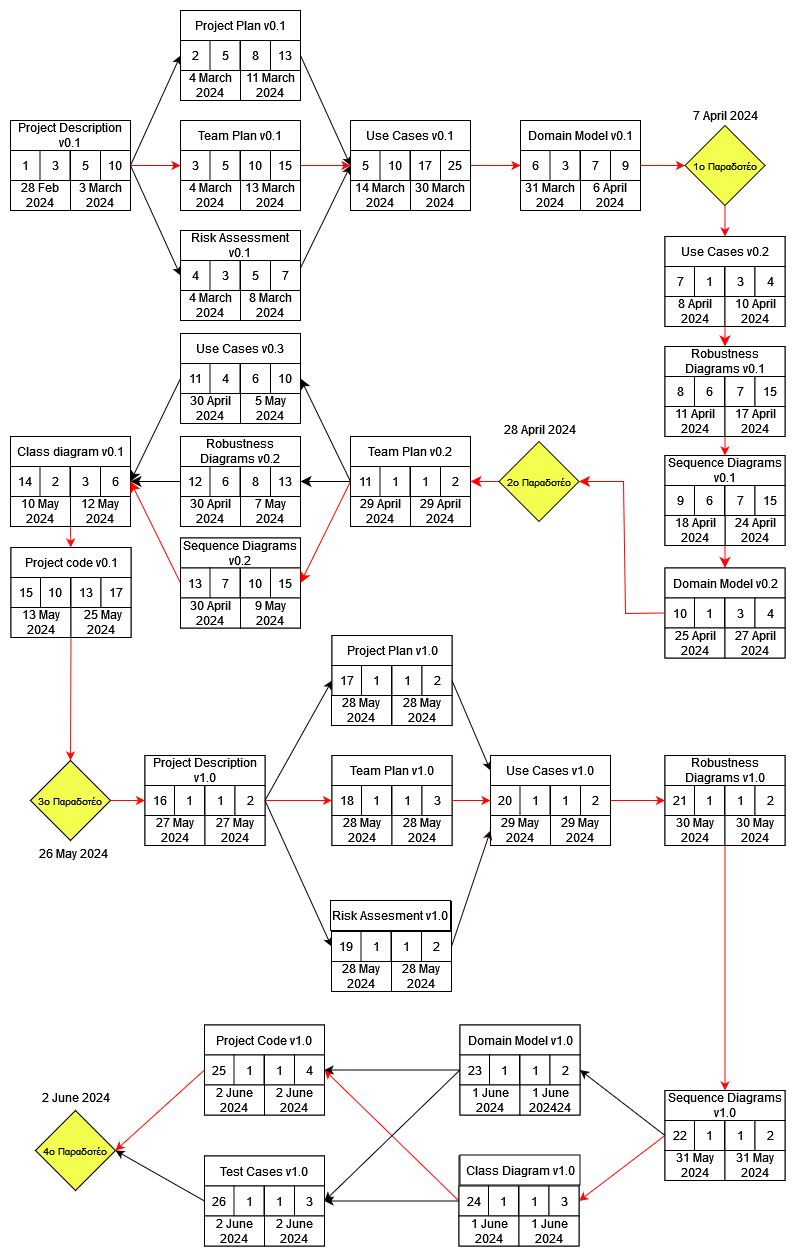
The draw.io diagram NOTES/pert/Team Plan Pert.png in Nektar24/software-engineering, before a commit. Source tidied: cells renumbered, new cells last; positions are measured from the earlier drawing's top-left corner, leaving out a move shared by most shapes.
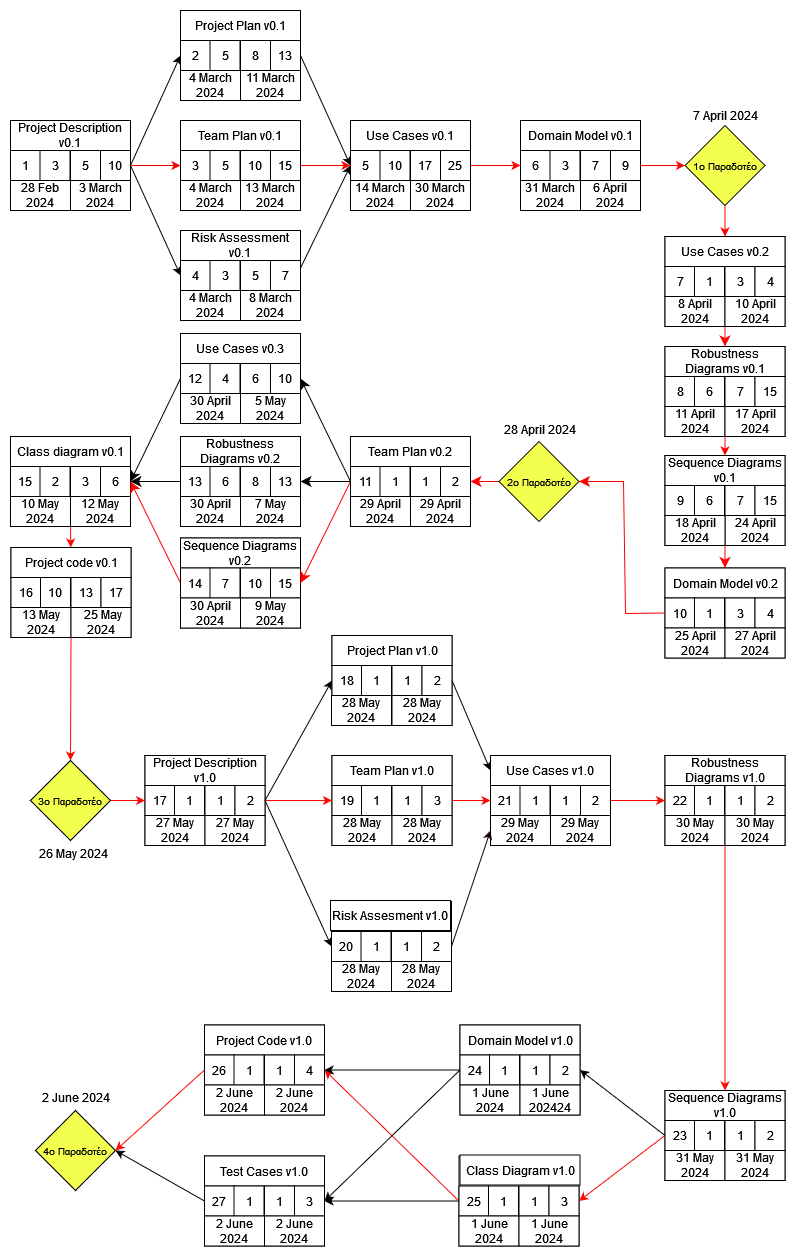
Above is the later version.

Commit message:
pert diagram team plan number of processes changed

Change to the diagram source:
```diff
@@ -272,7 +272,7 @@
     <mxCell id="91" value="Class diagram v0.1" style="rounded=0;whiteSpace=wrap;html=1;" parent="1" vertex="1">
       <mxGeometry y="426" width="120" height="30" as="geometry" />
     </mxCell>
-    <mxCell id="92" value="14" style="rounded=0;whiteSpace=wrap;html=1;" parent="1" vertex="1">
+    <mxCell id="92" value="15" style="rounded=0;whiteSpace=wrap;html=1;" parent="1" vertex="1">
       <mxGeometry y="456" width="30" height="30" as="geometry" />
     </mxCell>
     <mxCell id="93" value="2" style="whiteSpace=wrap;html=1;" parent="1" vertex="1">
@@ -296,7 +296,7 @@
     <mxCell id="99" value="Project code v0.1" style="rounded=0;whiteSpace=wrap;html=1;" parent="1" vertex="1">
       <mxGeometry x="0.5" y="537" width="120" height="30" as="geometry" />
     </mxCell>
-    <mxCell id="100" value="15" style="rounded=0;whiteSpace=wrap;html=1;" parent="1" vertex="1">
+    <mxCell id="100" value="16" style="rounded=0;whiteSpace=wrap;html=1;" parent="1" vertex="1">
       <mxGeometry x="0.5" y="567" width="30" height="30" as="geometry" />
     </mxCell>
     <mxCell id="101" value="10" style="whiteSpace=wrap;html=1;" parent="1" vertex="1">
@@ -332,7 +332,7 @@
     <mxCell id="111" value="Team Plan v1.0" style="rounded=0;whiteSpace=wrap;html=1;" parent="1" vertex="1">
       <mxGeometry x="321.5" y="745" width="120" height="30" as="geometry" />
     </mxCell>
-    <mxCell id="112" value="18" style="rounded=0;whiteSpace=wrap;html=1;" parent="1" vertex="1">
+    <mxCell id="112" value="19" style="rounded=0;whiteSpace=wrap;html=1;" parent="1" vertex="1">
       <mxGeometry x="321.5" y="775" width="30" height="30" as="geometry" />
     </mxCell>
     <mxCell id="113" value="1" style="whiteSpace=wrap;html=1;" parent="1" vertex="1">
@@ -356,7 +356,7 @@
     <mxCell id="119" value="Use Cases v1.0" style="rounded=0;whiteSpace=wrap;html=1;" parent="1" vertex="1">
       <mxGeometry x="480" y="745" width="120" height="30" as="geometry" />
     </mxCell>
-    <mxCell id="120" value="20" style="rounded=0;whiteSpace=wrap;html=1;" parent="1" vertex="1">
+    <mxCell id="120" value="21" style="rounded=0;whiteSpace=wrap;html=1;" parent="1" vertex="1">
       <mxGeometry x="480" y="775" width="30" height="30" as="geometry" />
     </mxCell>
     <mxCell id="121" value="1" style="whiteSpace=wrap;html=1;" parent="1" vertex="1">
@@ -380,7 +380,7 @@
     <mxCell id="127" value="Project Description v1.0" style="rounded=0;whiteSpace=wrap;html=1;" parent="1" vertex="1">
       <mxGeometry x="134.5" y="745" width="120" height="30" as="geometry" />
     </mxCell>
-    <mxCell id="128" value="16" style="rounded=0;whiteSpace=wrap;html=1;" parent="1" vertex="1">
+    <mxCell id="128" value="17" style="rounded=0;whiteSpace=wrap;html=1;" parent="1" vertex="1">
       <mxGeometry x="134.5" y="775" width="30" height="30" as="geometry" />
     </mxCell>
     <mxCell id="129" value="1" style="whiteSpace=wrap;html=1;" parent="1" vertex="1">
@@ -404,7 +404,7 @@
     <mxCell id="135" value="Project Plan v1.0" style="rounded=0;whiteSpace=wrap;html=1;" parent="1" vertex="1">
       <mxGeometry x="321.5" y="625" width="120" height="30" as="geometry" />
     </mxCell>
-    <mxCell id="136" value="17" style="rounded=0;whiteSpace=wrap;html=1;" parent="1" vertex="1">
+    <mxCell id="136" value="18" style="rounded=0;whiteSpace=wrap;html=1;" parent="1" vertex="1">
       <mxGeometry x="321.5" y="655" width="30" height="30" as="geometry" />
     </mxCell>
     <mxCell id="137" value="1" style="whiteSpace=wrap;html=1;" parent="1" vertex="1">
@@ -425,7 +425,7 @@
     <mxCell id="142" value="Risk Assesment v1.0" style="rounded=0;whiteSpace=wrap;html=1;" parent="1" vertex="1">
       <mxGeometry x="320" y="890" width="120" height="30" as="geometry" />
     </mxCell>
-    <mxCell id="143" value="19" style="rounded=0;whiteSpace=wrap;html=1;" parent="1" vertex="1">
+    <mxCell id="143" value="20" style="rounded=0;whiteSpace=wrap;html=1;" parent="1" vertex="1">
       <mxGeometry x="321" y="921" width="30" height="30" as="geometry" />
     </mxCell>
     <mxCell id="144" value="1" style="whiteSpace=wrap;html=1;" parent="1" vertex="1">
@@ -449,7 +449,7 @@
     <mxCell id="150" value="Domain Model v1.0" style="rounded=0;whiteSpace=wrap;html=1;" parent="1" vertex="1">
       <mxGeometry x="449.5" y="1014.5" width="120" height="30" as="geometry" />
     </mxCell>
-    <mxCell id="151" value="23" style="rounded=0;whiteSpace=wrap;html=1;" parent="1" vertex="1">
+    <mxCell id="151" value="24" style="rounded=0;whiteSpace=wrap;html=1;" parent="1" vertex="1">
       <mxGeometry x="449.5" y="1044.5" width="30" height="30" as="geometry" />
     </mxCell>
     <mxCell id="152" value="1" style="whiteSpace=wrap;html=1;" parent="1" vertex="1">
@@ -473,7 +473,7 @@
     <mxCell id="158" value="Class Diagram v1.0" style="rounded=0;whiteSpace=wrap;html=1;" parent="1" vertex="1">
       <mxGeometry x="449.5" y="1144.5" width="120" height="30" as="geometry" />
     </mxCell>
-    <mxCell id="159" value="24" style="rounded=0;whiteSpace=wrap;html=1;" parent="1" vertex="1">
+    <mxCell id="159" value="25" style="rounded=0;whiteSpace=wrap;html=1;" parent="1" vertex="1">
       <mxGeometry x="448.5" y="1175.5" width="30" height="30" as="geometry" />
     </mxCell>
     <mxCell id="160" value="1" style="whiteSpace=wrap;html=1;" parent="1" vertex="1">
@@ -497,7 +497,7 @@
     <mxCell id="166" value="Sequence Diagrams v1.0" style="rounded=0;whiteSpace=wrap;html=1;" parent="1" vertex="1">
       <mxGeometry x="654.5" y="1080" width="120" height="30" as="geometry" />
     </mxCell>
-    <mxCell id="167" value="22" style="rounded=0;whiteSpace=wrap;html=1;" parent="1" vertex="1">
+    <mxCell id="167" value="23" style="rounded=0;whiteSpace=wrap;html=1;" parent="1" vertex="1">
       <mxGeometry x="654.5" y="1110" width="30" height="30" as="geometry" />
     </mxCell>
     <mxCell id="168" value="1" style="whiteSpace=wrap;html=1;" parent="1" vertex="1">
@@ -521,7 +521,7 @@
     <mxCell id="174" value="Robustness Diagrams v1.0" style="rounded=0;whiteSpace=wrap;html=1;" parent="1" vertex="1">
       <mxGeometry x="654.5" y="745" width="120" height="30" as="geometry" />
     </mxCell>
-    <mxCell id="175" value="21" style="rounded=0;whiteSpace=wrap;html=1;" parent="1" vertex="1">
+    <mxCell id="175" value="22" style="rounded=0;whiteSpace=wrap;html=1;" parent="1" vertex="1">
       <mxGeometry x="654.5" y="775" width="30" height="30" as="geometry" />
     </mxCell>
     <mxCell id="176" value="1" style="whiteSpace=wrap;html=1;" parent="1" vertex="1">
@@ -545,7 +545,7 @@
     <mxCell id="182" value="Test Cases v1.0" style="rounded=0;whiteSpace=wrap;html=1;" parent="1" vertex="1">
       <mxGeometry x="194" y="1145.5" width="120" height="30" as="geometry" />
     </mxCell>
-    <mxCell id="183" value="26" style="rounded=0;whiteSpace=wrap;html=1;" parent="1" vertex="1">
+    <mxCell id="183" value="27" style="rounded=0;whiteSpace=wrap;html=1;" parent="1" vertex="1">
       <mxGeometry x="194" y="1175.5" width="30" height="30" as="geometry" />
     </mxCell>
     <mxCell id="184" value="1" style="whiteSpace=wrap;html=1;" parent="1" vertex="1">
@@ -569,7 +569,7 @@
     <mxCell id="190" value="Project Code v1.0" style="rounded=0;whiteSpace=wrap;html=1;" parent="1" vertex="1">
       <mxGeometry x="194" y="1014.5" width="120" height="30" as="geometry" />
     </mxCell>
-    <mxCell id="191" value="25" style="rounded=0;whiteSpace=wrap;html=1;" parent="1" vertex="1">
+    <mxCell id="191" value="26" style="rounded=0;whiteSpace=wrap;html=1;" parent="1" vertex="1">
       <mxGeometry x="194" y="1044.5" width="30" height="30" as="geometry" />
     </mxCell>
     <mxCell id="192" value="1" style="whiteSpace=wrap;html=1;" parent="1" vertex="1">
@@ -662,7 +662,7 @@
     <mxCell id="221" style="edgeStyle=none;curved=1;rounded=0;jettySize=auto;html=1;exitX=0;exitY=0.5;exitDx=0;exitDy=0;entryX=1;entryY=0.5;entryDx=0;entryDy=0;fontSize=12;startSize=8;endSize=8;" parent="1" edge="1" source="222" target="95">
       <mxGeometry relative="1" as="geometry" />
     </mxCell>
-    <mxCell id="222" value="11" style="rounded=0;whiteSpace=wrap;html=1;" parent="1" vertex="1">
+    <mxCell id="222" value="12" style="rounded=0;whiteSpace=wrap;html=1;" parent="1" vertex="1">
       <mxGeometry x="170" y="353" width="30" height="30" as="geometry" />
     </mxCell>
     <mxCell id="223" value="4" style="whiteSpace=wrap;html=1;" parent="1" vertex="1">
@@ -689,7 +689,7 @@
     <mxCell id="230" style="edgeStyle=none;curved=1;rounded=0;jettySize=auto;html=1;exitX=0;exitY=0.5;exitDx=0;exitDy=0;fontSize=12;startSize=8;endSize=8;entryX=1;entryY=0.5;entryDx=0;entryDy=0;" parent="1" edge="1" source="231" target="95">
       <mxGeometry relative="1" as="geometry" />
     </mxCell>
-    <mxCell id="231" value="12" style="rounded=0;whiteSpace=wrap;html=1;" parent="1" vertex="1">
+    <mxCell id="231" value="13" style="rounded=0;whiteSpace=wrap;html=1;" parent="1" vertex="1">
       <mxGeometry x="170" y="456" width="30" height="30" as="geometry" />
     </mxCell>
     <mxCell id="232" value="6" style="whiteSpace=wrap;html=1;" parent="1" vertex="1">
@@ -716,7 +716,7 @@
     <mxCell id="239" style="edgeStyle=none;curved=1;rounded=0;jettySize=auto;html=1;exitX=0;exitY=0.5;exitDx=0;exitDy=0;entryX=1;entryY=0.5;entryDx=0;entryDy=0;fontSize=12;startSize=8;endSize=8;strokeColor=#FF0000;" parent="1" edge="1" source="240" target="95">
       <mxGeometry relative="1" as="geometry" />
     </mxCell>
-    <mxCell id="240" value="13" style="rounded=0;whiteSpace=wrap;html=1;" parent="1" vertex="1">
+    <mxCell id="240" value="14" style="rounded=0;whiteSpace=wrap;html=1;" parent="1" vertex="1">
       <mxGeometry x="170" y="557.5" width="30" height="30" as="geometry" />
     </mxCell>
     <mxCell id="241" value="7" style="whiteSpace=wrap;html=1;" parent="1" vertex="1">
```
